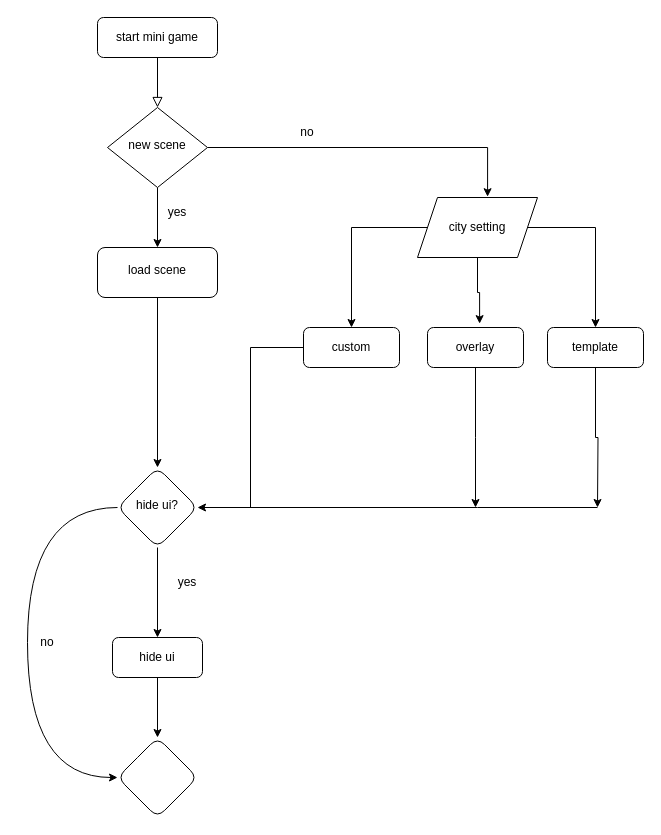
This is 未命名绘图.drawio from jeason1997/luban, a draw.io file, before an edit. Source tidied: cells renumbered, new cells numbered last; positions are measured from the earlier drawing's top-left corner, leaving out a move shared by most shapes. Both pictures are drawn from the tidied source at 100%, with x=0, y=0 at pixel (17, 17).
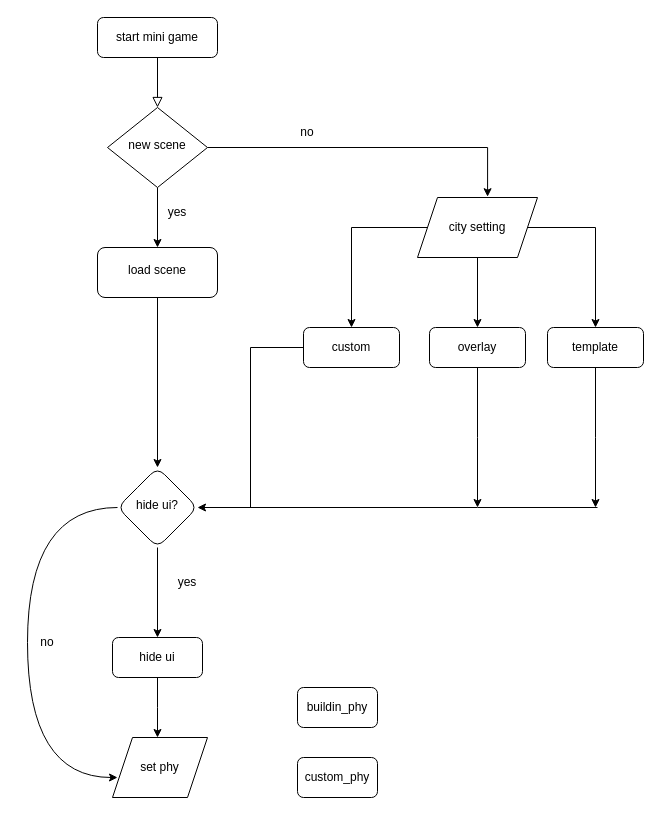
The same page after the edit.

Commit message (it also covers changes not shown here):
更新未命名绘图.drawio

The change refers to these unchanged cells:
```xml
<mxCell id="12" value="city setting" style="shape=parallelogram;perimeter=parallelogramPerimeter;whiteSpace=wrap;html=1;fixedSize=1;" parent="1" vertex="1">
  <mxGeometry x="400" y="180" width="120" height="60" as="geometry" />
</mxCell>
<mxCell id="18" value="template" style="rounded=1;whiteSpace=wrap;html=1;" parent="1" vertex="1">
  <mxGeometry x="530" y="310" width="96" height="40" as="geometry" />
</mxCell>
<mxCell id="22" value="hide ui?" style="rhombus;whiteSpace=wrap;html=1;rounded=1;shadow=0;strokeWidth=1;spacing=6;spacingTop=-4;" parent="1" vertex="1">
  <mxGeometry x="100" y="450" width="80" height="80" as="geometry" />
</mxCell>
<mxCell id="27" value="hide ui" style="rounded=1;whiteSpace=wrap;html=1;" parent="1" vertex="1">
  <mxGeometry x="95" y="620" width="90" height="40" as="geometry" />
</mxCell>
```

Change to the diagram source:
```diff
@@
+    <mxCell id="19" style="edgeStyle=orthogonalEdgeStyle;rounded=0;jettySize=auto;html=1;entryX=0.5;entryY=0;entryDx=0;entryDy=0;" parent="1" edge="1" source="12" target="16">
+      <mxGeometry relative="1" as="geometry" />
+    </mxCell>
@@
-    <mxCell id="15" style="edgeStyle=orthogonalEdgeStyle;rounded=0;jettySize=auto;html=1;" parent="1" edge="1" source="16">
-      <mxGeometry relative="1" as="geometry">
-        <mxPoint x="458" y="490" as="targetPoint" />
-      </mxGeometry>
-    </mxCell>
+    <mxCell id="30" style="edgeStyle=orthogonalEdgeStyle;rounded=0;jettySize=auto;html=1;" parent="1" edge="1" source="16">
+      <mxGeometry relative="1" as="geometry">
+        <mxPoint x="460" y="490" as="targetPoint" />
+      </mxGeometry>
+    </mxCell>
     <mxCell id="16" value="overlay" style="rounded=1;whiteSpace=wrap;html=1;" parent="1" vertex="1">
-      <mxGeometry x="410" y="310" width="96" height="40" as="geometry" />
+      <mxGeometry x="412" y="310" width="96" height="40" as="geometry" />
     </mxCell>
-    <mxCell id="17" style="edgeStyle=orthogonalEdgeStyle;rounded=0;jettySize=auto;html=1;" parent="1" edge="1" source="18">
-      <mxGeometry relative="1" as="geometry">
-        <mxPoint x="580" y="490" as="targetPoint" />
-      </mxGeometry>
-    </mxCell>
+    <mxCell id="31" style="edgeStyle=orthogonalEdgeStyle;rounded=0;jettySize=auto;html=1;" parent="1" edge="1" source="18">
+      <mxGeometry relative="1" as="geometry">
+        <mxPoint x="578" y="490" as="targetPoint" />
+      </mxGeometry>
+    </mxCell>
@@
-    <mxCell id="19" style="edgeStyle=orthogonalEdgeStyle;rounded=0;jettySize=auto;html=1;entryX=0.543;entryY=-0.097;entryDx=0;entryDy=0;entryPerimeter=0;" parent="1" edge="1" source="12" target="16">
-      <mxGeometry relative="1" as="geometry" />
-    </mxCell>
@@
-    <mxCell id="21" style="edgeStyle=orthogonalEdgeStyle;rounded=0;jettySize=auto;html=1;curved=1;entryX=0;entryY=0.5;entryDx=0;entryDy=0;exitX=0;exitY=0.5;exitDx=0;exitDy=0;" parent="1" edge="1" source="22" target="28">
+    <mxCell id="21" style="edgeStyle=orthogonalEdgeStyle;rounded=0;jettySize=auto;html=1;curved=1;entryX=0;entryY=0.5;entryDx=0;entryDy=0;exitX=0;exitY=0.5;exitDx=0;exitDy=0;" parent="1" edge="1" source="22">
       <mxGeometry relative="1" as="geometry">
+        <mxPoint x="100" y="760" as="targetPoint" />
         <Array as="points">
           <mxPoint x="10" y="490" />
           <mxPoint x="10" y="760" />
         </Array>
       </mxGeometry>
     </mxCell>
@@
-    <mxCell id="26" style="edgeStyle=orthogonalEdgeStyle;rounded=0;jettySize=auto;html=1;" parent="1" edge="1" source="27" target="28">
-      <mxGeometry relative="1" as="geometry" />
+    <mxCell id="26" style="edgeStyle=orthogonalEdgeStyle;rounded=0;jettySize=auto;html=1;" parent="1" edge="1" source="27">
+      <mxGeometry relative="1" as="geometry">
+        <mxPoint x="140" y="720" as="targetPoint" />
+      </mxGeometry>
     </mxCell>
@@
-    <mxCell id="28" style="rhombus;whiteSpace=wrap;html=1;rounded=1;" parent="1" vertex="1">
-      <mxGeometry x="100" y="720" width="80" height="80" as="geometry" />
-    </mxCell>
@@
+    <mxCell id="32" value="set phy" style="shape=parallelogram;perimeter=parallelogramPerimeter;whiteSpace=wrap;html=1;fixedSize=1;" parent="1" vertex="1">
+      <mxGeometry x="95" y="720" width="95" height="60" as="geometry" />
+    </mxCell>
+    <mxCell id="33" value="buildin_phy" style="rounded=1;whiteSpace=wrap;html=1;" parent="1" vertex="1">
+      <mxGeometry x="280" y="670" width="80" height="40" as="geometry" />
+    </mxCell>
+    <mxCell id="34" value="custom_phy" style="rounded=1;whiteSpace=wrap;html=1;" parent="1" vertex="1">
+      <mxGeometry x="280" y="740" width="80" height="40" as="geometry" />
+    </mxCell>
```
